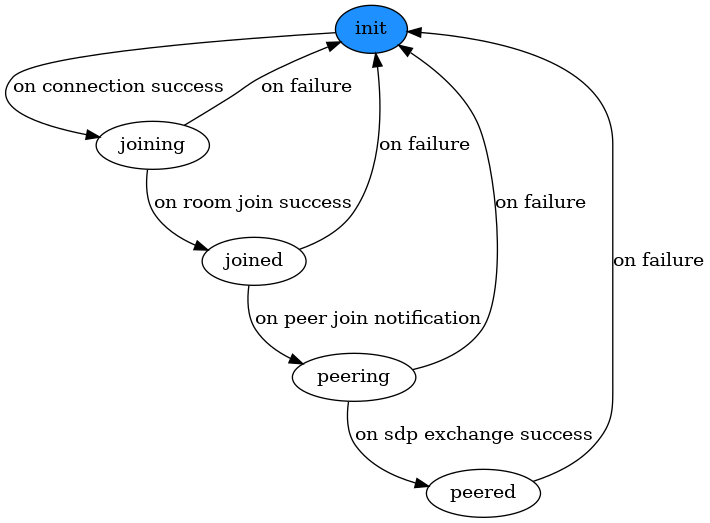
This is signal-states.png from johndistasio/signals, a Graphviz export, as it was before one commit. Its source is kept beside it as signal-states.dot.
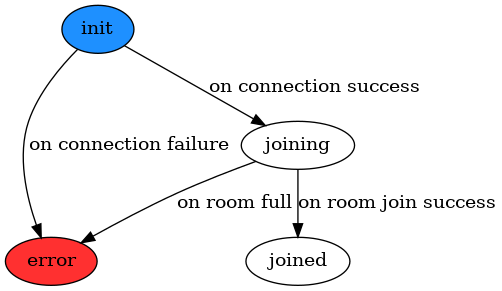
Later version of the same file.

Commit message:
update state diagram to reflect the signal service only

Change to the diagram source:
```diff
@@ -1,9 +1,11 @@
 digraph signaling {
   init [style="filled",fillcolor="dodgerblue"];
+  error [style="filled", fillcolor="firebrick1"];
 
-  {joining, joined, peering, peered} -> init [label="on failure"];
   init -> joining [label="on connection success"];
+  init -> error [label="on connection failure"];
+
+  joining -> error [label="on room full"];
+
   joining -> joined [label="on room join success"];
-  joined -> peering [label="on peer join notification"];
-  peering -> peered [label="on sdp exchange success"];
 }
```
